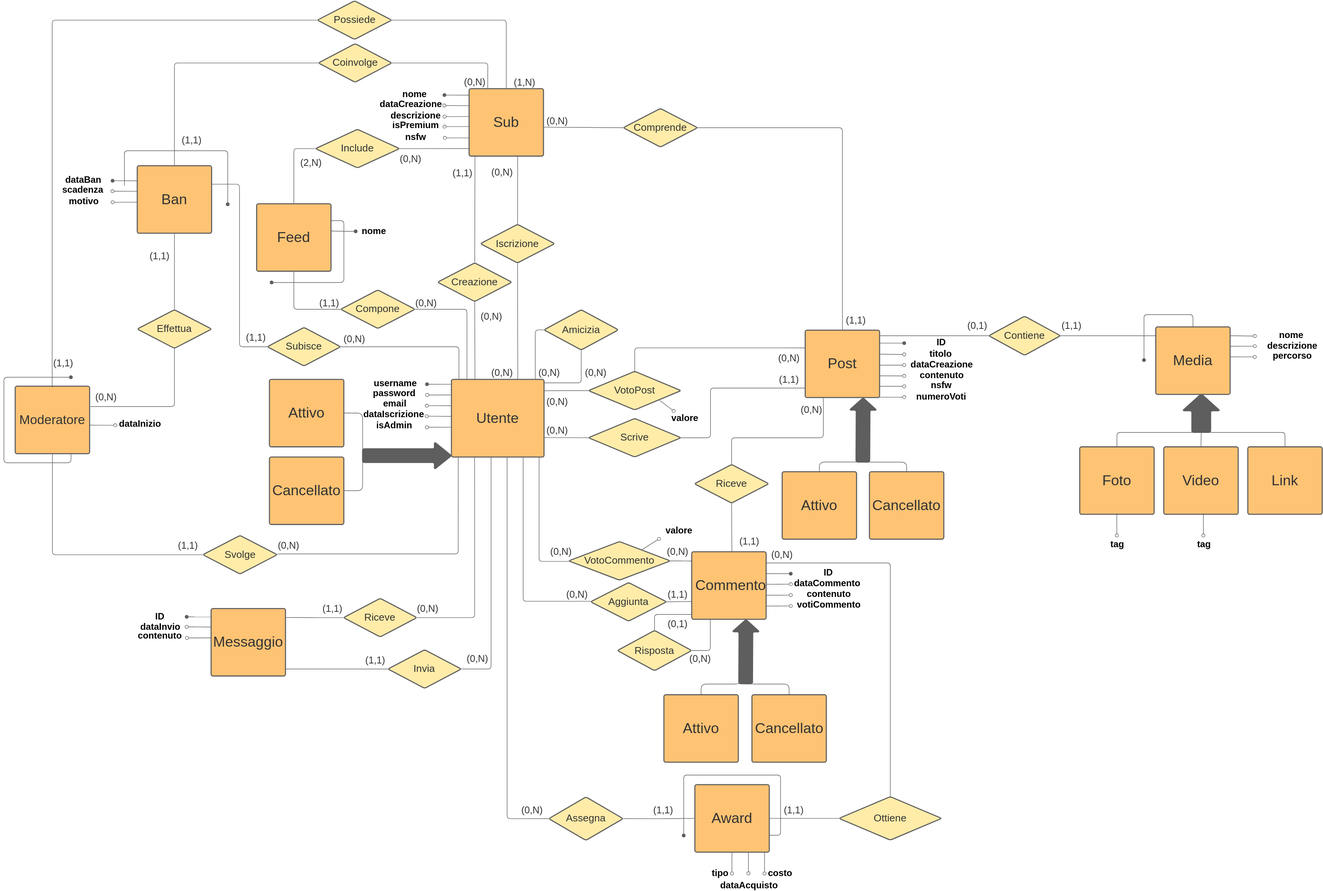
LucaPolese/Leddit keeps this draw.io diagram as ER_iniziale.svg. Above is the earlier version. Source tidied: cells renumbered, new cells last; positions are measured from the earlier drawing's top-left corner, leaving out a move shared by most shapes.
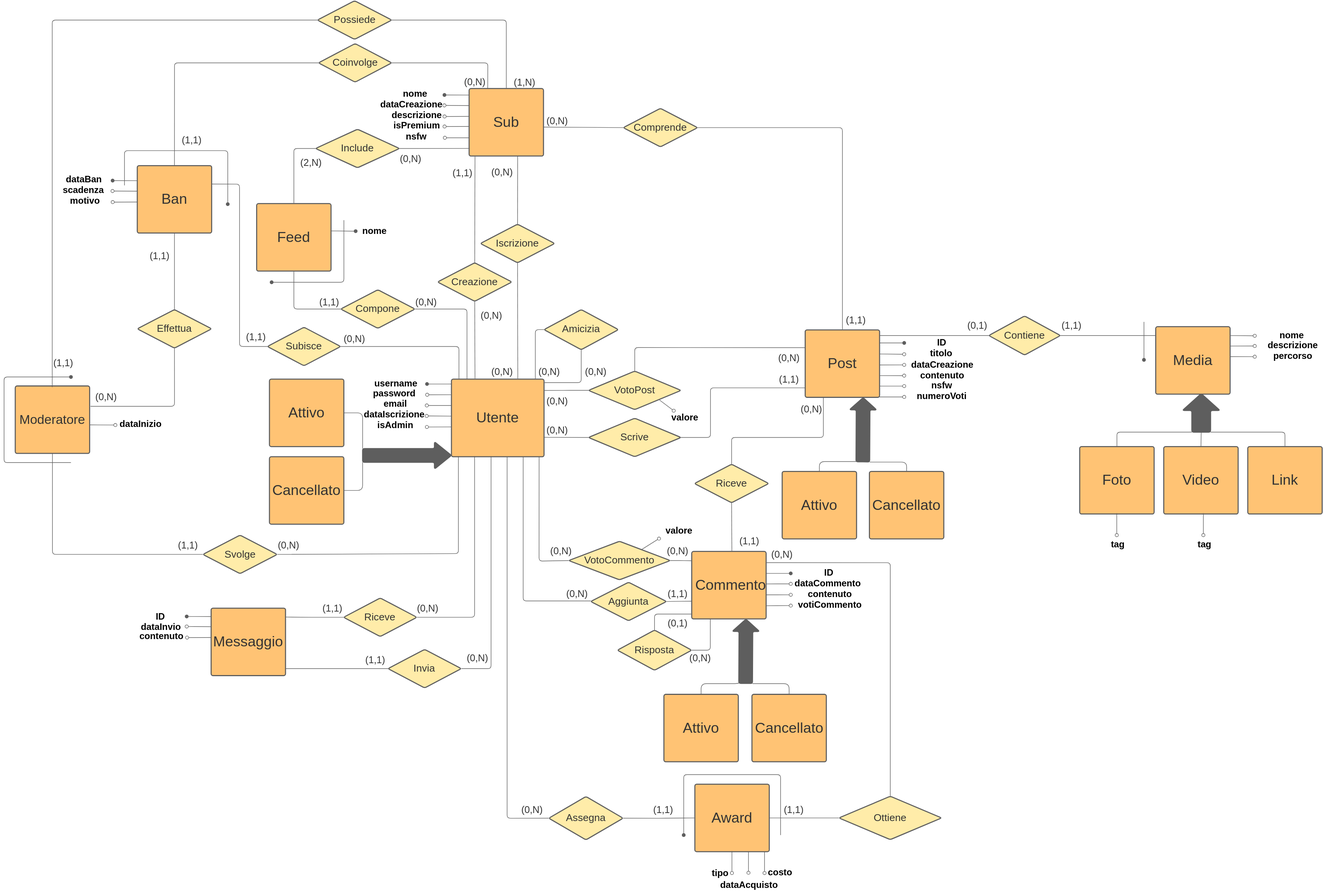
The same file after the commit.

What changed in the source:
```diff
@@ -266,8 +266,9 @@
     <mxCell id="67" style="html=1;jettySize=18;whiteSpace=wrap;fontSize=11;strokeColor=#5E5E5E;rounded=1;arcSize=12;edgeStyle=orthogonalEdgeStyle;startArrow=none;endArrow=none;endFill=0;exitX=0;exitY=0.5;entryX=1.006;entryY=0.5;entryPerimeter=0;exitDx=0;exitDy=0;" parent="1" edge="1" source="50" target="47">
       <mxGeometry relative="1" as="geometry" />
     </mxCell>
-    <mxCell id="68" style="html=1;jettySize=18;whiteSpace=wrap;fontSize=11;strokeColor=#5E5E5E;rounded=1;arcSize=12;edgeStyle=orthogonalEdgeStyle;startArrow=none;endArrow=oval;endFill=1;exitX=1;exitY=0.75;exitDx=0;exitDy=0;" parent="1" edge="1" source="47">
+    <mxCell id="68" style="html=1;jettySize=18;whiteSpace=wrap;fontSize=11;strokeColor=#5E5E5E;rounded=1;arcSize=12;edgeStyle=orthogonalEdgeStyle;startArrow=none;endArrow=oval;endFill=1;" parent="1" edge="1">
       <mxGeometry relative="1" as="geometry">
+        <mxPoint x="1451" y="1559" as="sourcePoint" />
         <mxPoint x="1270" y="1559" as="targetPoint" />
         <Array as="points">
           <mxPoint x="1451" y="1558" />
@@ -718,8 +719,9 @@
         <mxPoint x="67.3" y="-0.1" as="offset" />
       </mxGeometry>
     </mxCell>
-    <mxCell id="169" style="html=1;jettySize=18;whiteSpace=wrap;fontSize=11;strokeColor=#5E5E5E;rounded=1;arcSize=12;edgeStyle=orthogonalEdgeStyle;startArrow=none;endArrow=oval;endFill=1;exitX=1;exitY=0.25;exitDx=0;exitDy=0;" parent="1" edge="1" source="39">
+    <mxCell id="169" style="html=1;jettySize=18;whiteSpace=wrap;fontSize=11;strokeColor=#5E5E5E;rounded=1;arcSize=12;edgeStyle=orthogonalEdgeStyle;startArrow=none;endArrow=oval;endFill=1;" parent="1" edge="1">
       <mxGeometry relative="1" as="geometry">
+        <mxPoint x="635" y="410" as="sourcePoint" />
         <mxPoint x="500" y="526" as="targetPoint" />
         <Array as="points">
           <mxPoint x="635" y="411" />
@@ -888,8 +890,9 @@
     <mxCell id="204" style="edgeStyle=none;rounded=0;orthogonalLoop=1;jettySize=auto;html=1;exitX=0.5;exitY=0;exitDx=0;exitDy=0;" parent="1" edge="1" source="25" target="25">
       <mxGeometry relative="1" as="geometry" />
     </mxCell>
-    <mxCell id="205" style="html=1;jettySize=18;whiteSpace=wrap;fontSize=11;strokeColor=#5E5E5E;rounded=1;arcSize=12;edgeStyle=orthogonalEdgeStyle;startArrow=none;endArrow=oval;endFill=1;exitX=0.75;exitY=1;exitDx=0;exitDy=0;" parent="1" edge="1" source="28">
+    <mxCell id="205" style="html=1;jettySize=18;whiteSpace=wrap;fontSize=11;strokeColor=#5E5E5E;rounded=1;arcSize=12;edgeStyle=orthogonalEdgeStyle;startArrow=none;endArrow=oval;endFill=1;" parent="1" edge="1">
       <mxGeometry relative="1" as="geometry">
+        <mxPoint x="125" y="863" as="sourcePoint" />
         <mxPoint x="125" y="703" as="targetPoint" />
         <Array as="points">
           <mxPoint x="124.9" y="862.8" />
@@ -941,13 +944,13 @@
         <mxPoint x="-68.2" y="-2" as="offset" />
       </mxGeometry>
     </mxCell>
-    <mxCell id="213" style="html=1;jettySize=18;whiteSpace=wrap;fontSize=11;strokeColor=#5E5E5E;rounded=1;arcSize=12;edgeStyle=orthogonalEdgeStyle;startArrow=none;endArrow=oval;endFill=1;exitX=0.5;exitY=0;exitDx=0;exitDy=0;" parent="1" edge="1" source="24">
+    <mxCell id="213" style="html=1;jettySize=18;whiteSpace=wrap;fontSize=11;strokeColor=#5E5E5E;rounded=1;arcSize=12;edgeStyle=orthogonalEdgeStyle;startArrow=none;endArrow=oval;endFill=1;" parent="1" edge="1">
       <mxGeometry relative="1" as="geometry">
+        <mxPoint x="2130" y="600" as="sourcePoint" />
         <mxPoint x="2130" y="671" as="targetPoint" />
         <Array as="points">
-          <mxPoint x="2222" y="586" />
-          <mxPoint x="2130" y="586" />
-          <mxPoint x="2130" y="671" />
+          <mxPoint x="2130" y="600" />
+          <mxPoint x="2130" y="600" />
         </Array>
       </mxGeometry>
     </mxCell>
```
